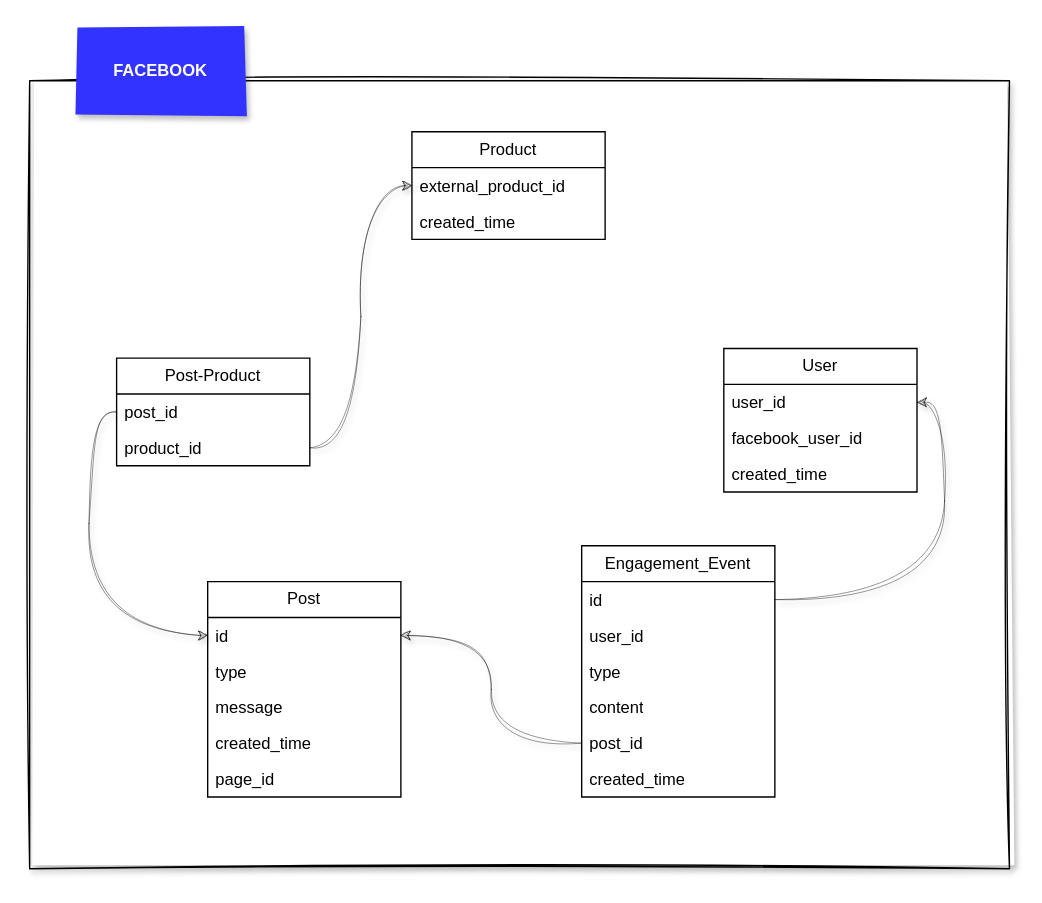
sonvuuu28/Omnichannel keeps this draw.io diagram as page "ERD" (2 of 2) of DrawIO/Diagram.drawio. Above is the earlier version. Source tidied: cells renumbered, new cells numbered last; positions are measured from the earlier drawing's top-left corner, leaving out a move shared by most shapes. Both pictures are drawn from the tidied source at 138%, with x=0, y=0 at pixel (29, 29).
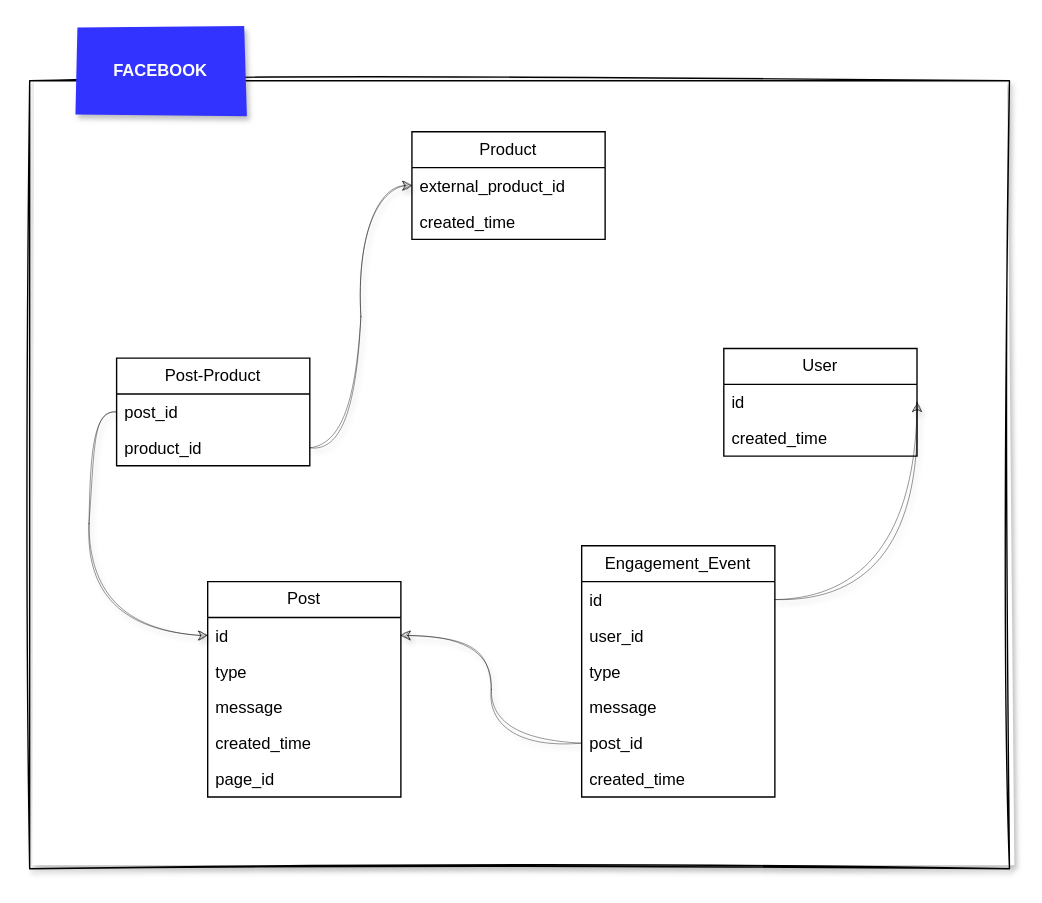
Above is the later version.

Unchanged cells that the change refers to:
```xml
<mxCell id="16" value="Engagement_Event" style="swimlane;fontStyle=0;horizontal=1;startSize=26;fillColor=none;whiteSpace=wrap;html=1;" parent="1" vertex="1">
  <mxGeometry x="400" y="374" width="140" height="182" as="geometry" />
</mxCell>
<mxCell id="17" value="id" style="text;strokeColor=none;fillColor=none;align=left;verticalAlign=top;spacingLeft=4;spacingRight=4;overflow=hidden;points=[[0,0.5],[1,0.5]];portConstraint=eastwest;whiteSpace=wrap;html=1;" parent="16" vertex="1">
  <mxGeometry y="26" width="140" height="26" as="geometry" />
</mxCell>
```

Diff of the diagram source:
```diff
@@
     <mxCell id="9" value="User" style="swimlane;fontStyle=0;horizontal=1;startSize=26;fillColor=none;whiteSpace=wrap;html=1;" parent="1" vertex="1">
-      <mxGeometry x="503" y="231" width="140" height="104" as="geometry" />
+      <mxGeometry x="503" y="231" width="140" height="78" as="geometry" />
     </mxCell>
-    <mxCell id="10" value="user_id" style="text;strokeColor=none;fillColor=none;align=left;verticalAlign=top;spacingLeft=4;spacingRight=4;overflow=hidden;points=[[0,0.5],[1,0.5]];portConstraint=eastwest;whiteSpace=wrap;html=1;" parent="9" vertex="1">
-      <mxGeometry y="26" width="140" height="26" as="geometry" />
-    </mxCell>
-    <mxCell id="11" value="facebook_user_id" style="text;strokeColor=none;fillColor=none;align=left;verticalAlign=top;spacingLeft=4;spacingRight=4;overflow=hidden;whiteSpace=wrap;html=1;" parent="9" vertex="1">
-      <mxGeometry y="52" width="140" height="26" as="geometry" />
+    <mxCell id="11" value="id" style="text;strokeColor=none;fillColor=none;align=left;verticalAlign=top;spacingLeft=4;spacingRight=4;overflow=hidden;whiteSpace=wrap;html=1;" parent="9" vertex="1">
+      <mxGeometry y="26" width="140" height="26" as="geometry" />
     </mxCell>
     <mxCell id="12" value="created_time" style="text;strokeColor=none;fillColor=none;align=left;verticalAlign=top;spacingLeft=4;spacingRight=4;overflow=hidden;whiteSpace=wrap;html=1;" parent="9" vertex="1">
-      <mxGeometry y="78" width="140" height="26" as="geometry" />
+      <mxGeometry y="52" width="140" height="26" as="geometry" />
     </mxCell>
@@
-    <mxCell id="20" value="content" style="text;strokeColor=none;fillColor=none;align=left;verticalAlign=top;spacingLeft=4;spacingRight=4;overflow=hidden;whiteSpace=wrap;html=1;" parent="16" vertex="1">
+    <mxCell id="20" value="message" style="text;strokeColor=none;fillColor=none;align=left;verticalAlign=top;spacingLeft=4;spacingRight=4;overflow=hidden;whiteSpace=wrap;html=1;" parent="16" vertex="1">
       <mxGeometry y="104" width="140" height="26" as="geometry" />
     </mxCell>
@@
-    <mxCell id="29" style="rounded=0;jettySize=auto;html=1;entryX=1;entryY=0.5;entryDx=0;entryDy=0;exitX=1;exitY=0.5;exitDx=0;exitDy=0;edgeStyle=orthogonalEdgeStyle;curved=1;sketch=1;curveFitting=1;jiggle=2;shadow=1;strokeWidth=0.3;" parent="1" edge="1" source="17" target="10">
-      <mxGeometry relative="1" as="geometry" />
+    <mxCell id="29" style="rounded=0;jettySize=auto;html=1;entryX=1;entryY=0.5;entryDx=0;entryDy=0;exitX=1;exitY=0.5;exitDx=0;exitDy=0;edgeStyle=orthogonalEdgeStyle;curved=1;sketch=1;curveFitting=1;jiggle=2;shadow=1;strokeWidth=0.3;" parent="1" edge="1" source="17">
+      <mxGeometry relative="1" as="geometry">
+        <mxPoint x="643" y="270" as="targetPoint" />
+      </mxGeometry>
     </mxCell>
```
